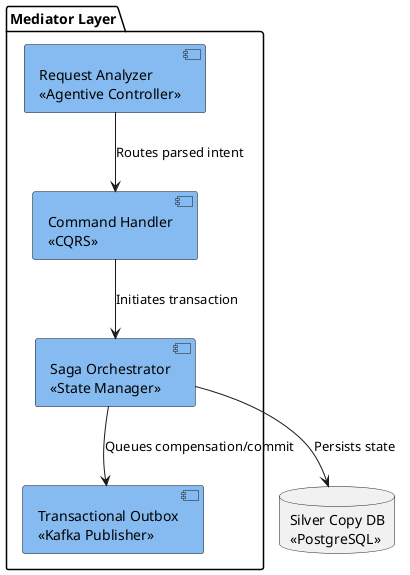
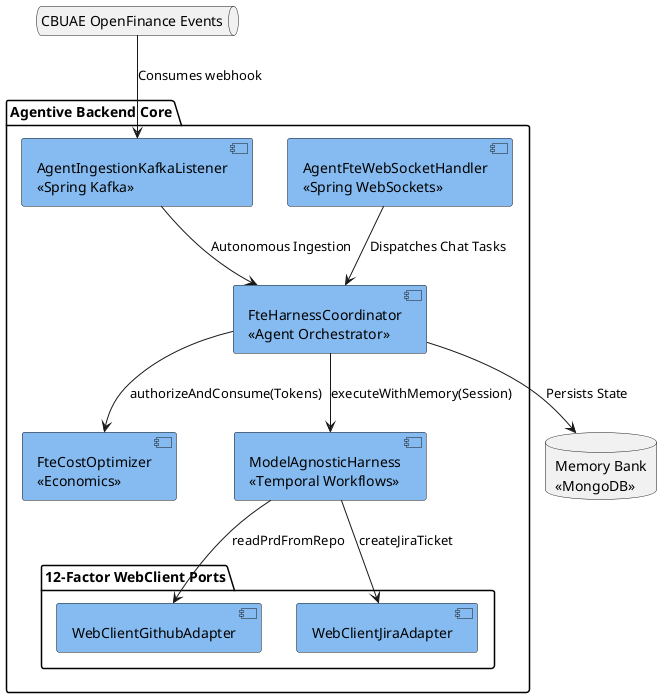
@startuml C4_Component
skinparam component {
    BackgroundColor #85bbf0
}

- package "Mediator Layer" {
-     component "Request Analyzer\n<<Agentive Controller>>" as req
-     component "Command Handler\n<<CQRS>>" as cmd
-     component "Saga Orchestrator\n<<State Manager>>" as saga
-     component "Transactional Outbox\n<<Kafka Publisher>>" as outbox
+ package "Agentive Backend Core" {
+     component "AgentFteWebSocketHandler\n<<Spring WebSockets>>" as WSHandler
+     component "AgentIngestionKafkaListener\n<<Spring Kafka>>" as KafkaListener
+     component "FteHarnessCoordinator\n<<Agent Orchestrator>>" as Coordinator
+     component "FteCostOptimizer\n<<Economics>>" as Economics
+     component "ModelAgnosticHarness\n<<Temporal Workflows>>" as Harness
+ 
+     package "12-Factor WebClient Ports" {
+         component "WebClientGithubAdapter" as GithubAdapter
+         component "WebClientJiraAdapter" as JiraAdapter
+     }
}

- database "Silver Copy DB\n<<PostgreSQL>>" as db
+ database "Memory Bank\n<<MongoDB>>" as MemoryBank
+ queue "CBUAE OpenFinance Events" as KafkaTopic

- req --> cmd : Routes parsed intent
- cmd --> saga : Initiates transaction
- saga --> db : Persists state
- saga --> outbox : Queues compensation/commit
+ WSHandler --> Coordinator : Dispatches Chat Tasks
+ KafkaListener --> Coordinator : Autonomous Ingestion
+ Coordinator --> Economics : authorizeAndConsume(Tokens)
+ Coordinator --> Harness : executeWithMemory(Session)
+ Coordinator --> MemoryBank : Persists State
+ Harness --> GithubAdapter : readPrdFromRepo
+ Harness --> JiraAdapter : createJiraTicket
+ 
+ KafkaTopic --> KafkaListener : Consumes webhook
+ 
@enduml
